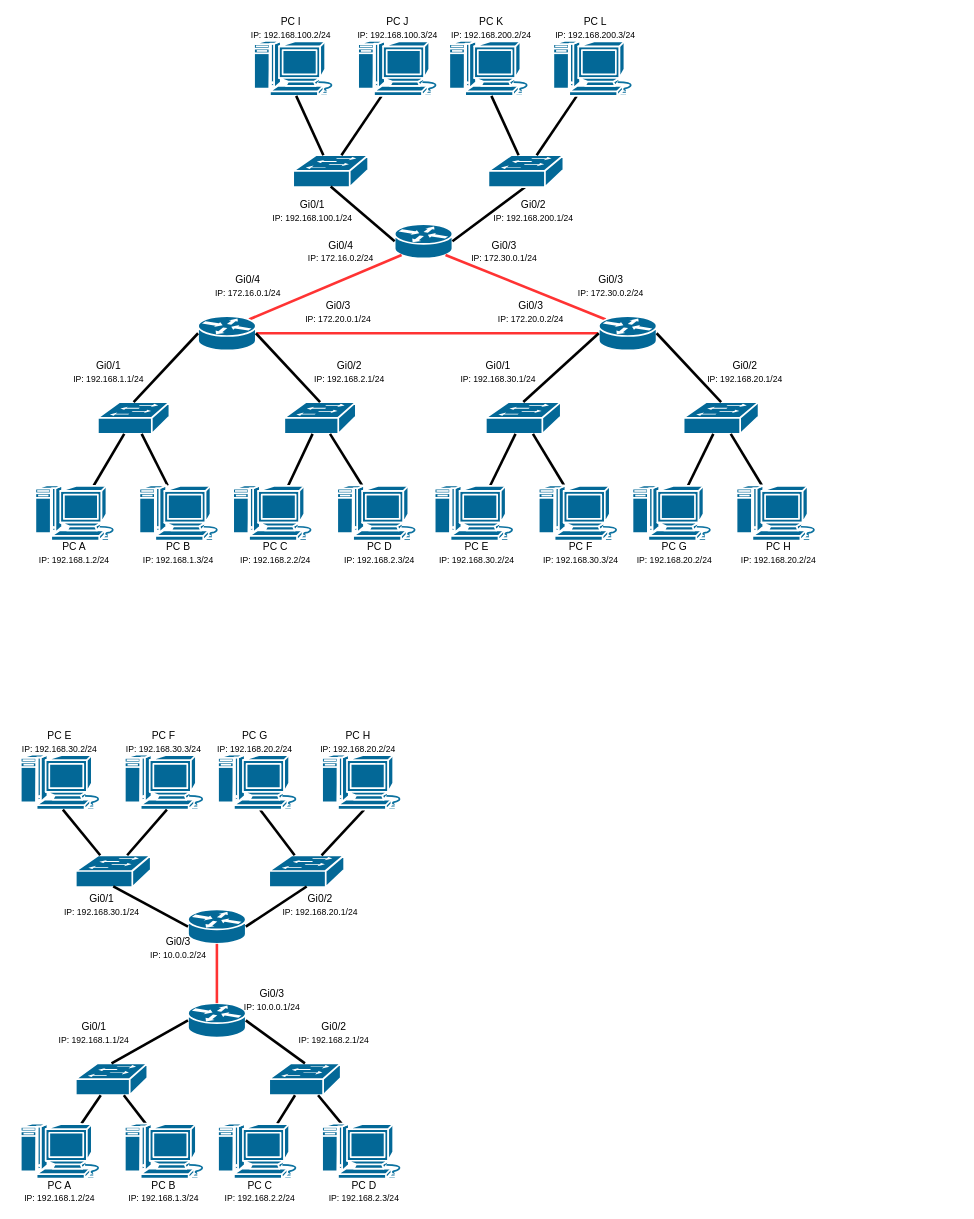
The draw.io diagram Routing.drawio in PLAD26/-MAC-Tabellen-und-Switching-, before the edit. Source tidied: cells renumbered, new cells numbered last; positions are measured from the earlier drawing's top-left corner, leaving out a move shared by most shapes. Both pictures are drawn from the tidied source at 86%, with x=0, y=0 at pixel (14, 15).
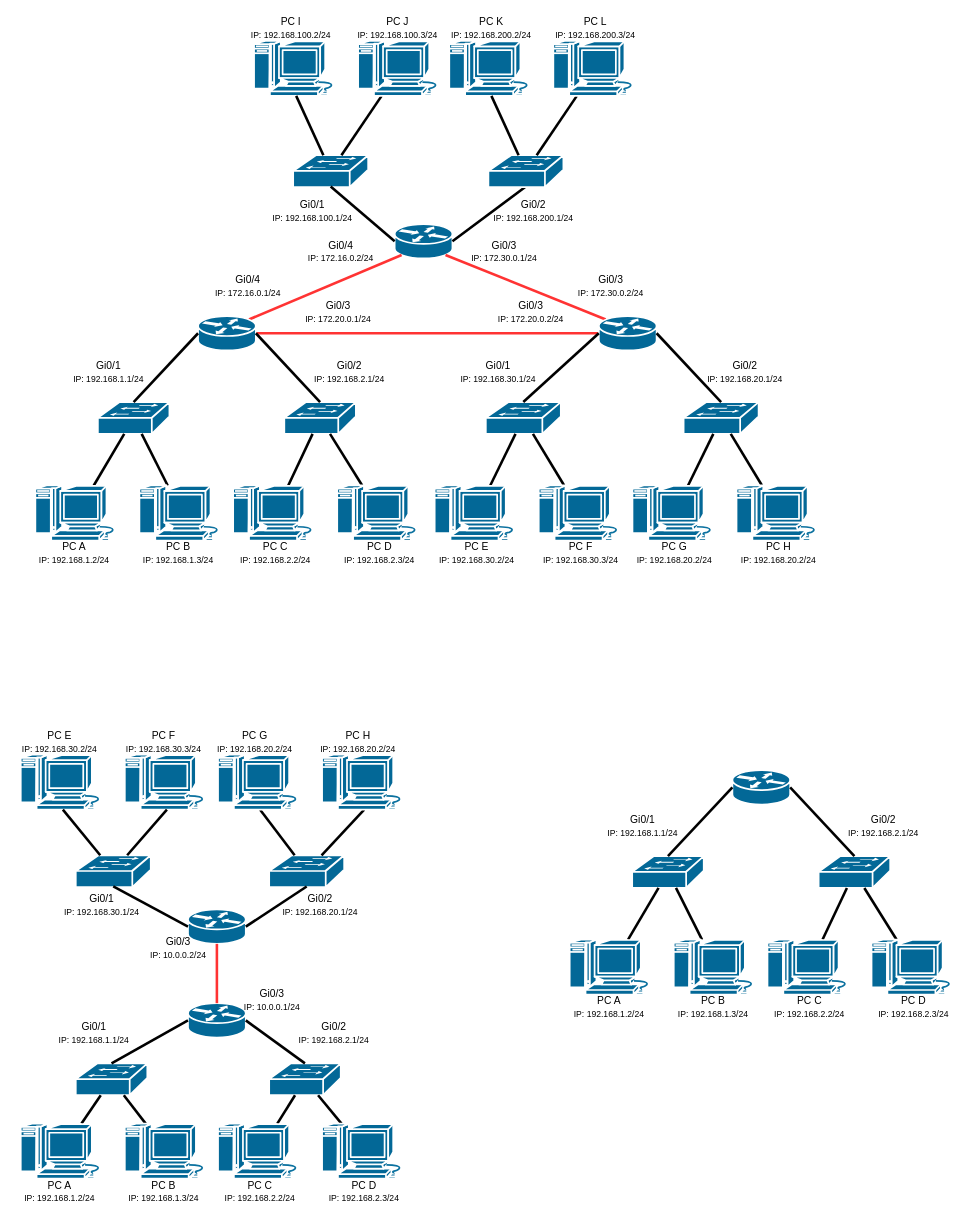
After the change.

Change to the diagram source:
```diff
@@
+    <mxCell id="109" style="strokeColor=#ffffff;sketch=0;html=1;dashed=0;fillColor=#036897;strokeWidth=2;verticalLabelPosition=bottom;verticalAlign=top;align=center;outlineConnect=0;shape=mxgraph.cisco.routers.router;" parent="1" vertex="1">
+      <mxGeometry x="835.1" y="878" width="67.2" height="40" as="geometry" />
+    </mxCell>
+    <mxCell id="110" style="strokeColor=#ffffff;sketch=0;html=1;dashed=0;fillColor=#036897;strokeWidth=2;verticalLabelPosition=bottom;verticalAlign=top;align=center;outlineConnect=0;shape=mxgraph.cisco.switches.workgroup_switch;" parent="1" vertex="1">
+      <mxGeometry x="718.6" y="978" width="83.2" height="37" as="geometry" />
+    </mxCell>
+    <mxCell id="111" style="rounded=0;jettySize=auto;html=1;endArrow=none;endFill=0;strokeWidth=3;" parent="1" edge="1" source="112" target="110">
+      <mxGeometry relative="1" as="geometry" />
+    </mxCell>
+    <mxCell id="112" style="sketch=0;html=1;dashed=0;fillColor=#036897;strokeColor=#ffffff;strokeWidth=2;verticalLabelPosition=bottom;verticalAlign=top;align=center;outlineConnect=0;shape=mxgraph.cisco.computers_and_peripherals.macintosh;" parent="1" vertex="1">
+      <mxGeometry x="645.4" y="1075" width="99" height="64" as="geometry" />
+    </mxCell>
+    <mxCell id="113" style="rounded=0;jettySize=auto;html=1;endArrow=none;endFill=0;strokeWidth=3;" parent="1" edge="1" source="114" target="110">
+      <mxGeometry relative="1" as="geometry" />
+    </mxCell>
+    <mxCell id="114" style="sketch=0;html=1;dashed=0;fillColor=#036897;strokeColor=#ffffff;strokeWidth=2;verticalLabelPosition=bottom;verticalAlign=top;align=center;outlineConnect=0;shape=mxgraph.cisco.computers_and_peripherals.macintosh;" parent="1" vertex="1">
+      <mxGeometry x="766.4" y="1075" width="99" height="64" as="geometry" />
+    </mxCell>
+    <mxCell id="115" style="strokeColor=#ffffff;sketch=0;html=1;dashed=0;fillColor=#036897;strokeWidth=2;verticalLabelPosition=bottom;verticalAlign=top;align=center;outlineConnect=0;shape=mxgraph.cisco.switches.workgroup_switch;" parent="1" vertex="1">
+      <mxGeometry x="935.4" y="978" width="83.2" height="37" as="geometry" />
+    </mxCell>
+    <mxCell id="116" style="rounded=0;jettySize=auto;html=1;endArrow=none;endFill=0;strokeWidth=3;" parent="1" edge="1" source="117" target="115">
+      <mxGeometry relative="1" as="geometry" />
+    </mxCell>
+    <mxCell id="117" style="sketch=0;html=1;dashed=0;fillColor=#036897;strokeColor=#ffffff;strokeWidth=2;verticalLabelPosition=bottom;verticalAlign=top;align=center;outlineConnect=0;shape=mxgraph.cisco.computers_and_peripherals.macintosh;" parent="1" vertex="1">
+      <mxGeometry x="875.4" y="1075" width="99" height="64" as="geometry" />
+    </mxCell>
+    <mxCell id="118" style="rounded=0;jettySize=auto;html=1;endArrow=none;endFill=0;strokeWidth=3;" parent="1" edge="1" source="119" target="115">
+      <mxGeometry relative="1" as="geometry" />
+    </mxCell>
+    <mxCell id="119" style="sketch=0;html=1;dashed=0;fillColor=#036897;strokeColor=#ffffff;strokeWidth=2;verticalLabelPosition=bottom;verticalAlign=top;align=center;outlineConnect=0;shape=mxgraph.cisco.computers_and_peripherals.macintosh;" parent="1" vertex="1">
+      <mxGeometry x="996.4" y="1075" width="99" height="64" as="geometry" />
+    </mxCell>
+    <mxCell id="120" style="rounded=0;jettySize=auto;html=1;entryX=0;entryY=0.5;entryDx=0;entryDy=0;entryPerimeter=0;exitX=0.5;exitY=0;exitDx=0;exitDy=0;exitPerimeter=0;endArrow=none;endFill=0;strokeWidth=3;" parent="1" edge="1" source="110" target="109">
+      <mxGeometry relative="1" as="geometry" />
+    </mxCell>
+    <mxCell id="121" style="rounded=0;jettySize=auto;html=1;entryX=1;entryY=0.5;entryDx=0;entryDy=0;entryPerimeter=0;exitX=0.5;exitY=0;exitDx=0;exitDy=0;exitPerimeter=0;endArrow=none;endFill=0;strokeWidth=3;" parent="1" edge="1" source="115" target="109">
+      <mxGeometry relative="1" as="geometry" />
+    </mxCell>
+    <mxCell id="122" value="PC A&lt;div&gt;&lt;font style=&quot;font-size: 10px;&quot;&gt;IP: 192.168.1.2/24&lt;/font&gt;&lt;/div&gt;" style="text;html=1;whiteSpace=wrap;strokeColor=none;fillColor=none;align=center;verticalAlign=middle;rounded=0;" parent="1" vertex="1">
+      <mxGeometry x="638.6" y="1139" width="105.8" height="30" as="geometry" />
+    </mxCell>
+    <mxCell id="123" value="PC B&lt;div&gt;&lt;font style=&quot;font-size: 10px;&quot;&gt;IP: 192.168.1.3/24&lt;/font&gt;&lt;/div&gt;" style="text;html=1;whiteSpace=wrap;strokeColor=none;fillColor=none;align=center;verticalAlign=middle;rounded=0;" parent="1" vertex="1">
+      <mxGeometry x="759.6" y="1139" width="105.8" height="30" as="geometry" />
+    </mxCell>
+    <mxCell id="124" value="PC C&lt;div&gt;&lt;font style=&quot;font-size: 10px;&quot;&gt;IP: 192.168.2.2/24&lt;/font&gt;&lt;/div&gt;" style="text;html=1;whiteSpace=wrap;strokeColor=none;fillColor=none;align=center;verticalAlign=middle;rounded=0;" parent="1" vertex="1">
+      <mxGeometry x="872" y="1139" width="105.8" height="30" as="geometry" />
+    </mxCell>
+    <mxCell id="125" value="PC D&lt;div&gt;&lt;font style=&quot;font-size: 10px;&quot;&gt;IP: 192.168.2.3/24&lt;/font&gt;&lt;/div&gt;" style="text;html=1;whiteSpace=wrap;strokeColor=none;fillColor=none;align=center;verticalAlign=middle;rounded=0;" parent="1" vertex="1">
+      <mxGeometry x="993" y="1139" width="105.8" height="30" as="geometry" />
+    </mxCell>
+    <mxCell id="126" value="Gi0/1&lt;br&gt;&lt;div&gt;&lt;font style=&quot;font-size: 10px;&quot;&gt;IP: 192.168.1.1/24&lt;/font&gt;&lt;/div&gt;" style="text;html=1;whiteSpace=wrap;strokeColor=none;fillColor=none;align=center;verticalAlign=middle;rounded=0;" parent="1" vertex="1">
+      <mxGeometry x="678.3" y="928" width="105.8" height="30" as="geometry" />
+    </mxCell>
+    <mxCell id="127" value="Gi0/2&lt;br&gt;&lt;div&gt;&lt;font style=&quot;font-size: 10px;&quot;&gt;IP: 192.168.2.1/24&lt;/font&gt;&lt;/div&gt;" style="text;html=1;whiteSpace=wrap;strokeColor=none;fillColor=none;align=center;verticalAlign=middle;rounded=0;" parent="1" vertex="1">
+      <mxGeometry x="958.3" y="928" width="105.8" height="30" as="geometry" />
+    </mxCell>
```
